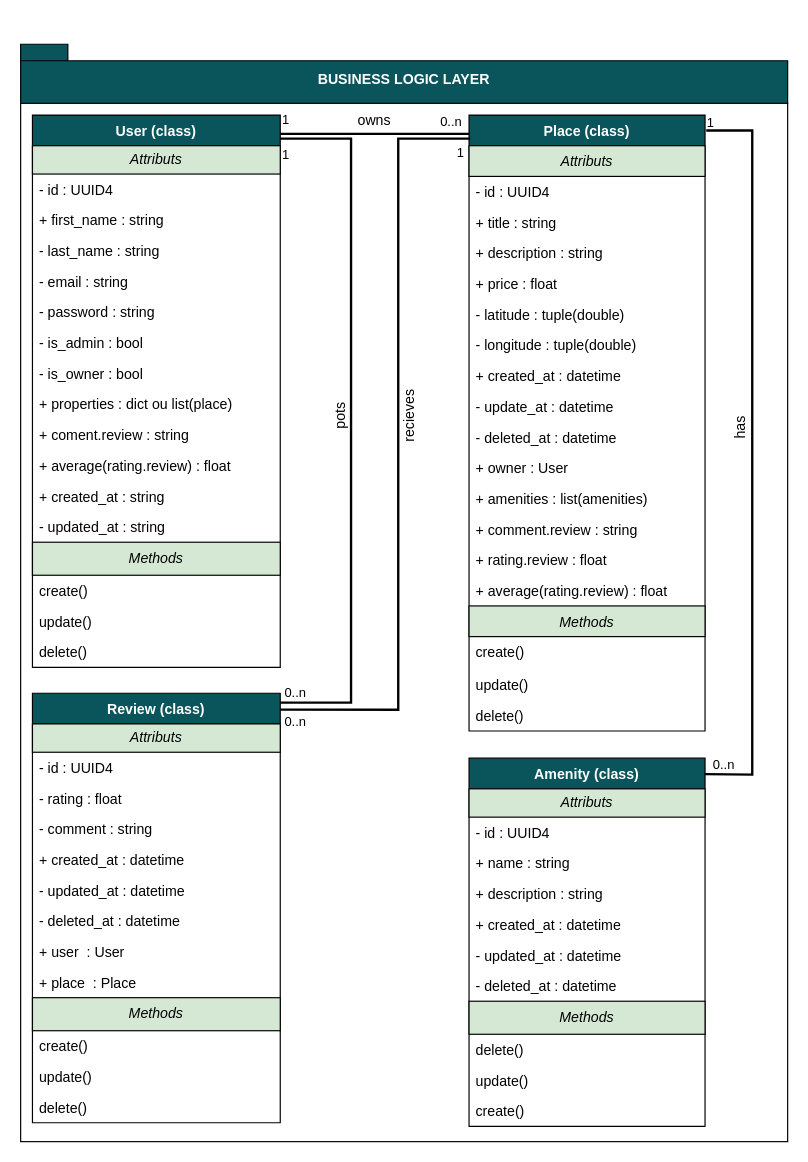
thomas-maye/holbertonschool-hbnb keeps this draw.io diagram as 1. Detailed Class Diagram for Business Logic Layer.drawio. Above is the earlier version. Source tidied: cells renumbered, new cells numbered last; positions are measured from the earlier drawing's top-left corner, leaving out a move shared by most shapes. Both pictures are drawn from the tidied source at 118%, with x=0, y=0 at pixel (20, 44).
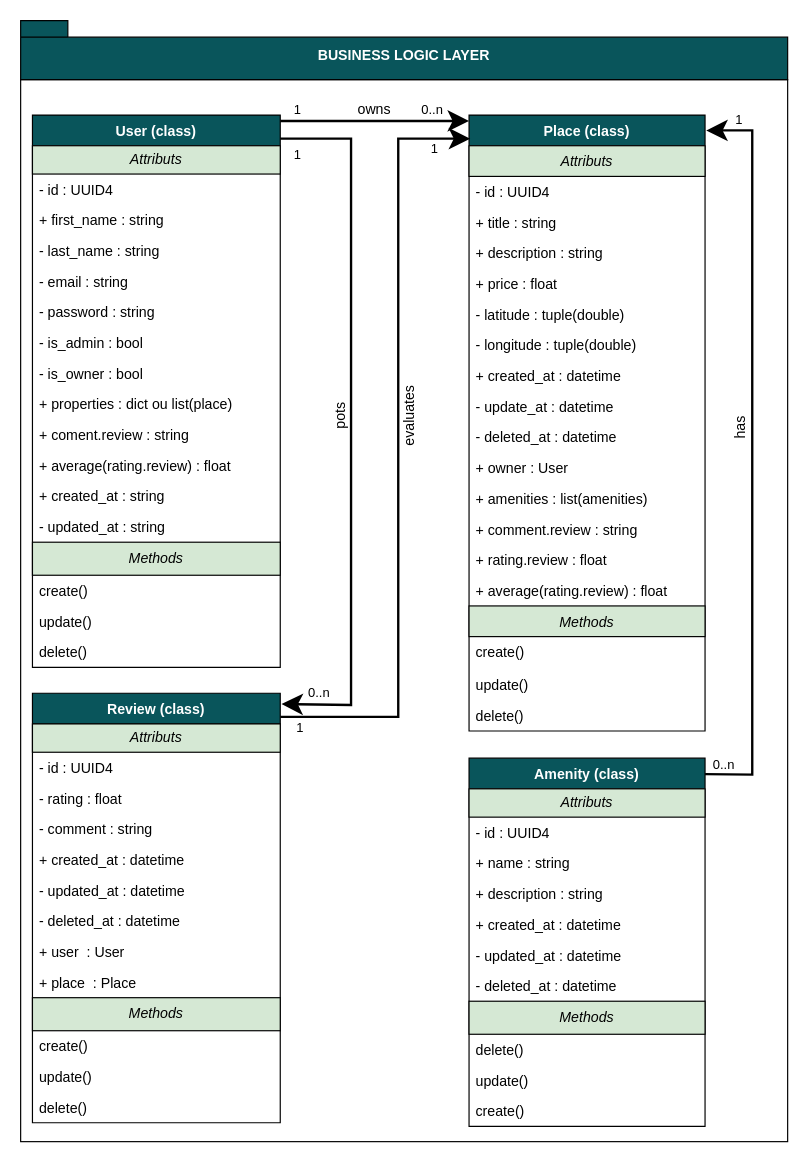
The same page after the edit.

Commit message:
Mettre à jour 1. Detailed Class Diagram for Business Logic Layer.drawio

The change refers to these unchanged cells:
```xml
<mxCell id="21" value="Review (class)" style="swimlane;fontStyle=1;align=center;verticalAlign=top;horizontal=1;startSize=26;rounded=0;shadow=0;strokeWidth=1;strokeColor=default;fontFamily=Helvetica;fontSize=12;fontColor=#FFFFFF;fillColor=#09555B;" parent="1" vertex="1">
  <mxGeometry x="10" y="550" width="210" height="364" as="geometry" />
</mxCell>
<mxCell id="47" value="Place (class)" style="swimlane;fontStyle=1;align=center;verticalAlign=top;horizontal=1;startSize=26;rounded=0;shadow=0;strokeWidth=1;strokeColor=default;fontFamily=Helvetica;fontSize=12;fontColor=#FFFFFF;fillColor=#09555B;" parent="1" vertex="1">
  <mxGeometry x="380" y="60" width="200" height="522" as="geometry" />
</mxCell>
```

The edit, as a diff of the source:
```diff
@@
     <mxCell id="2" style="rounded=0;whiteSpace=wrap;html=1;" parent="1" vertex="1">
-      <mxGeometry y="50" width="650" height="880" as="geometry" />
+      <mxGeometry y="30" width="650" height="900" as="geometry" />
     </mxCell>
@@
     <mxCell id="67" value="BUSINESS LOGIC LAYER" style="shape=folder;fontStyle=1;spacingTop=10;tabWidth=40;tabHeight=14;tabPosition=left;html=1;whiteSpace=wrap;fillColor=#09555B;fontColor=#FFFFFF;" parent="1" vertex="1">
-      <mxGeometry width="650" height="50" as="geometry" />
+      <mxGeometry y="-20" width="650" height="50" as="geometry" />
     </mxCell>
-    <mxCell id="68" value="1" style="endArrow=none;html=1;endSize=12;startArrow=none;startSize=14;startFill=0;edgeStyle=orthogonalEdgeStyle;align=left;verticalAlign=bottom;rounded=0;endFill=0;strokeWidth=2;" parent="1" edge="1">
+    <mxCell id="68" style="endArrow=classic;html=1;endSize=12;startArrow=none;startSize=6;startFill=0;edgeStyle=orthogonalEdgeStyle;align=left;verticalAlign=bottom;rounded=0;endFill=1;strokeWidth=2;arcSize=20;" parent="1" edge="1">
       <mxGeometry x="-1" y="3" relative="1" as="geometry">
-        <mxPoint x="220" y="76" as="sourcePoint" />
-        <mxPoint x="380" y="76" as="targetPoint" />
+        <mxPoint x="220" y="65" as="sourcePoint" />
+        <mxPoint x="380" y="65" as="targetPoint" />
       </mxGeometry>
     </mxCell>
     <mxCell id="69" value="&lt;span style=&quot;caret-color: rgb(0, 0, 0); color: rgb(0, 0, 0); font-family: Helvetica; font-size: 11px; font-style: normal; font-variant-caps: normal; font-weight: 400; letter-spacing: normal; orphans: auto; text-align: left; text-indent: 0px; text-transform: none; white-space: nowrap; widows: auto; word-spacing: 0px; -webkit-text-stroke-width: 0px; background-color: rgb(255, 255, 255); text-decoration: none; display: inline !important; float: none;&quot;&gt;0..n&lt;/span&gt;" style="text;whiteSpace=wrap;html=1;" parent="1" vertex="1">
-      <mxGeometry x="354" y="52" width="40" height="40" as="geometry" />
+      <mxGeometry x="338" y="42" width="40" height="40" as="geometry" />
     </mxCell>
     <mxCell id="70" value="owns" style="text;html=1;align=center;verticalAlign=middle;whiteSpace=wrap;rounded=0;strokeWidth=2;" parent="1" vertex="1">
-      <mxGeometry x="270" y="50" width="60" height="30" as="geometry" />
+      <mxGeometry x="270" y="41" width="60" height="30" as="geometry" />
     </mxCell>
@@
     <mxCell id="72" value="&lt;span style=&quot;caret-color: rgb(0, 0, 0); color: rgb(0, 0, 0); font-family: Helvetica; font-size: 11px; font-style: normal; font-variant-caps: normal; font-weight: 400; letter-spacing: normal; orphans: auto; text-align: left; text-indent: 0px; text-transform: none; white-space: nowrap; widows: auto; word-spacing: 0px; -webkit-text-stroke-width: 0px; background-color: rgb(255, 255, 255); text-decoration: none; display: inline !important; float: none;&quot;&gt;1&lt;/span&gt;" style="text;whiteSpace=wrap;html=1;" parent="1" vertex="1">
-      <mxGeometry x="580" y="53" width="40" height="40" as="geometry" />
+      <mxGeometry x="604" y="50" width="40" height="40" as="geometry" />
     </mxCell>
@@
-    <mxCell id="74" style="endArrow=none;endFill=0;endSize=12;html=1;rounded=0;entryX=0.75;entryY=0;entryDx=0;entryDy=0;exitX=1;exitY=0.038;exitDx=0;exitDy=0;exitPerimeter=0;strokeWidth=2;" parent="1" edge="1" source="21">
+    <mxCell id="74" style="endArrow=classic;endFill=1;endSize=12;html=1;rounded=0;strokeWidth=2;startSize=6;jumpSize=6;startArrow=none;startFill=0;strokeColor=default;align=center;verticalAlign=middle;fontFamily=Helvetica;fontSize=11;fontColor=default;labelBackgroundColor=default;" parent="1" edge="1">
       <mxGeometry relative="1" as="geometry">
+        <mxPoint x="220" y="570" as="sourcePoint" />
         <mxPoint x="381" y="80" as="targetPoint" />
         <Array as="points">
-          <mxPoint x="320" y="564" />
+          <mxPoint x="320" y="570" />
           <mxPoint x="320" y="80" />
         </Array>
       </mxGeometry>
     </mxCell>
-    <mxCell id="75" style="endArrow=none;endFill=0;endSize=12;html=1;rounded=0;entryX=1.005;entryY=0.025;entryDx=0;entryDy=0;entryPerimeter=0;strokeWidth=2;" parent="1" edge="1" target="47">
+    <mxCell id="75" style="endArrow=classic;endFill=1;endSize=12;html=1;rounded=0;entryX=1.005;entryY=0.025;entryDx=0;entryDy=0;entryPerimeter=0;strokeWidth=2;" parent="1" edge="1" target="47">
       <mxGeometry relative="1" as="geometry">
         <mxPoint x="580" y="618.5" as="sourcePoint" />
         <Array as="points">
           <mxPoint x="620" y="619" />
           <mxPoint x="620" y="350" />
           <mxPoint x="620" y="73" />
         </Array>
       </mxGeometry>
     </mxCell>
-    <mxCell id="76" style="endArrow=none;endFill=0;endSize=12;html=1;rounded=0;exitX=1;exitY=0.038;exitDx=0;exitDy=0;exitPerimeter=0;strokeWidth=2;" parent="1" edge="1">
+    <mxCell id="76" style="endArrow=classic;endFill=1;endSize=12;html=1;rounded=0;strokeWidth=2;startArrow=none;startFill=0;strokeColor=default;align=center;verticalAlign=middle;fontFamily=Helvetica;fontSize=11;fontColor=default;labelBackgroundColor=default;jumpSize=6;startSize=6;entryX=1.005;entryY=0.025;entryDx=0;entryDy=0;entryPerimeter=0;" parent="1" edge="1" target="21">
       <mxGeometry relative="1" as="geometry">
-        <mxPoint x="220" y="558" as="sourcePoint" />
-        <mxPoint x="220" y="80" as="targetPoint" />
+        <mxPoint x="220" y="80" as="sourcePoint" />
         <Array as="points">
-          <mxPoint x="280" y="558" />
-          <mxPoint x="280" y="320" />
           <mxPoint x="280" y="80" />
+          <mxPoint x="280" y="388" />
+          <mxPoint x="280" y="560" />
         </Array>
       </mxGeometry>
     </mxCell>
     <mxCell id="77" value="&lt;span style=&quot;caret-color: rgb(0, 0, 0); color: rgb(0, 0, 0); font-family: Helvetica; font-size: 11px; font-style: normal; font-variant-caps: normal; font-weight: 400; letter-spacing: normal; orphans: auto; text-align: left; text-indent: 0px; text-transform: none; white-space: nowrap; widows: auto; word-spacing: 0px; -webkit-text-stroke-width: 0px; background-color: rgb(255, 255, 255); text-decoration: none; display: inline !important; float: none;&quot;&gt;0..n&lt;/span&gt;" style="text;whiteSpace=wrap;html=1;" parent="1" vertex="1">
-      <mxGeometry x="222" y="536" width="40" height="40" as="geometry" />
+      <mxGeometry x="242" y="536" width="40" height="40" as="geometry" />
     </mxCell>
@@
     <mxCell id="79" value="&lt;span style=&quot;caret-color: rgb(0, 0, 0); color: rgb(0, 0, 0); font-family: Helvetica; font-size: 11px; font-style: normal; font-variant-caps: normal; font-weight: 400; letter-spacing: normal; orphans: auto; text-align: left; text-indent: 0px; text-transform: none; white-space: nowrap; widows: auto; word-spacing: 0px; -webkit-text-stroke-width: 0px; background-color: rgb(255, 255, 255); text-decoration: none; display: inline !important; float: none;&quot;&gt;1&lt;/span&gt;" style="text;whiteSpace=wrap;html=1;" parent="1" vertex="1">
-      <mxGeometry x="220" y="80" width="40" height="40" as="geometry" />
+      <mxGeometry x="230" y="80" width="40" height="40" as="geometry" />
     </mxCell>
-    <mxCell id="80" value="recieves" style="text;html=1;align=center;verticalAlign=middle;whiteSpace=wrap;rounded=0;rotation=-90;strokeWidth=2;" parent="1" vertex="1">
+    <mxCell id="80" value="evaluates" style="text;html=1;align=center;verticalAlign=middle;whiteSpace=wrap;rounded=0;rotation=-90;strokeWidth=2;" parent="1" vertex="1">
       <mxGeometry x="300" y="300" width="60" height="30" as="geometry" />
     </mxCell>
     <mxCell id="81" value="&lt;span style=&quot;caret-color: rgb(0, 0, 0); color: rgb(0, 0, 0); font-family: Helvetica; font-size: 11px; font-style: normal; font-variant-caps: normal; font-weight: 400; letter-spacing: normal; orphans: auto; text-align: left; text-indent: 0px; text-transform: none; white-space: nowrap; widows: auto; word-spacing: 0px; -webkit-text-stroke-width: 0px; background-color: rgb(255, 255, 255); text-decoration: none; display: inline !important; float: none;&quot;&gt;1&lt;/span&gt;" style="text;whiteSpace=wrap;html=1;" parent="1" vertex="1">
-      <mxGeometry x="368" y="78" width="40" height="40" as="geometry" />
+      <mxGeometry x="346" y="75" width="40" height="40" as="geometry" />
     </mxCell>
-    <mxCell id="82" value="&lt;span style=&quot;caret-color: rgb(0, 0, 0); color: rgb(0, 0, 0); font-family: Helvetica; font-size: 11px; font-style: normal; font-variant-caps: normal; font-weight: 400; letter-spacing: normal; orphans: auto; text-align: left; text-indent: 0px; text-transform: none; white-space: nowrap; widows: auto; word-spacing: 0px; -webkit-text-stroke-width: 0px; background-color: rgb(255, 255, 255); text-decoration: none; display: inline !important; float: none;&quot;&gt;0..n&lt;/span&gt;" style="text;whiteSpace=wrap;html=1;" parent="1" vertex="1">
-      <mxGeometry x="222" y="560" width="40" height="40" as="geometry" />
+    <mxCell id="82" value="&lt;span style=&quot;caret-color: rgb(0, 0, 0); color: rgb(0, 0, 0); font-family: Helvetica; font-size: 11px; font-style: normal; font-variant-caps: normal; font-weight: 400; letter-spacing: normal; orphans: auto; text-align: left; text-indent: 0px; text-transform: none; white-space: nowrap; widows: auto; word-spacing: 0px; -webkit-text-stroke-width: 0px; background-color: rgb(255, 255, 255); text-decoration: none; display: inline !important; float: none;&quot;&gt;1&lt;/span&gt;" style="text;whiteSpace=wrap;html=1;" parent="1" vertex="1">
+      <mxGeometry x="232" y="565" width="40" height="40" as="geometry" />
     </mxCell>
+    <mxCell id="83" value="&lt;span style=&quot;caret-color: rgb(0, 0, 0); color: rgb(0, 0, 0); font-family: Helvetica; font-size: 11px; font-style: normal; font-variant-caps: normal; font-weight: 400; letter-spacing: normal; orphans: auto; text-align: left; text-indent: 0px; text-transform: none; white-space: nowrap; widows: auto; word-spacing: 0px; -webkit-text-stroke-width: 0px; background-color: rgb(255, 255, 255); text-decoration: none; display: inline !important; float: none;&quot;&gt;1&lt;/span&gt;" style="text;whiteSpace=wrap;html=1;" parent="1" vertex="1">
+      <mxGeometry x="230" y="42" width="40" height="40" as="geometry" />
+    </mxCell>
```
